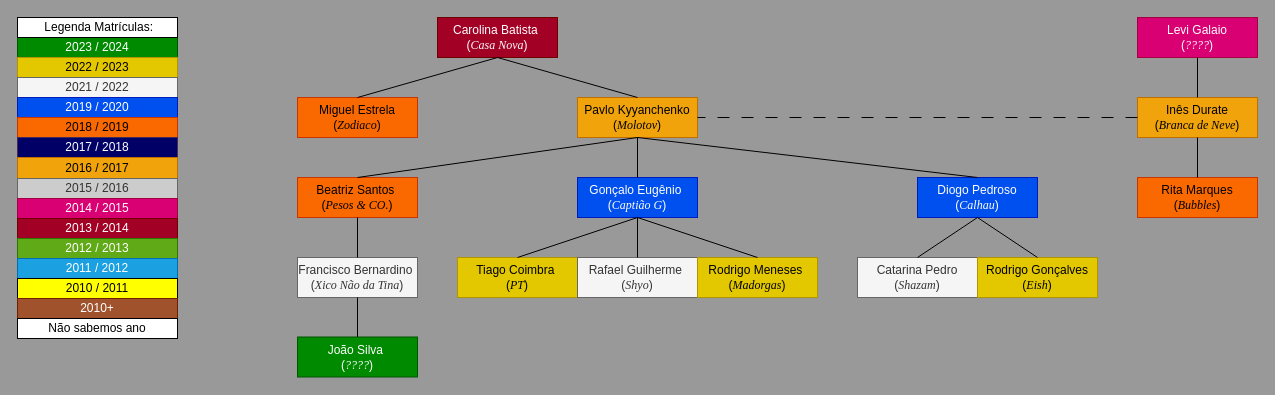
Before: Draw.io/Familia_da_Carolina_Batista.drawio in pdmtmr/PDMTMRTESTLOCATION-AKA-ARBUSTO, a draw.io diagram. Source tidied: cells renumbered, new cells numbered last; positions are measured from the earlier drawing's top-left corner, leaving out a move shared by most shapes. Both pictures are drawn from the tidied source at 100%, with x=0, y=0 at pixel (17, 17).
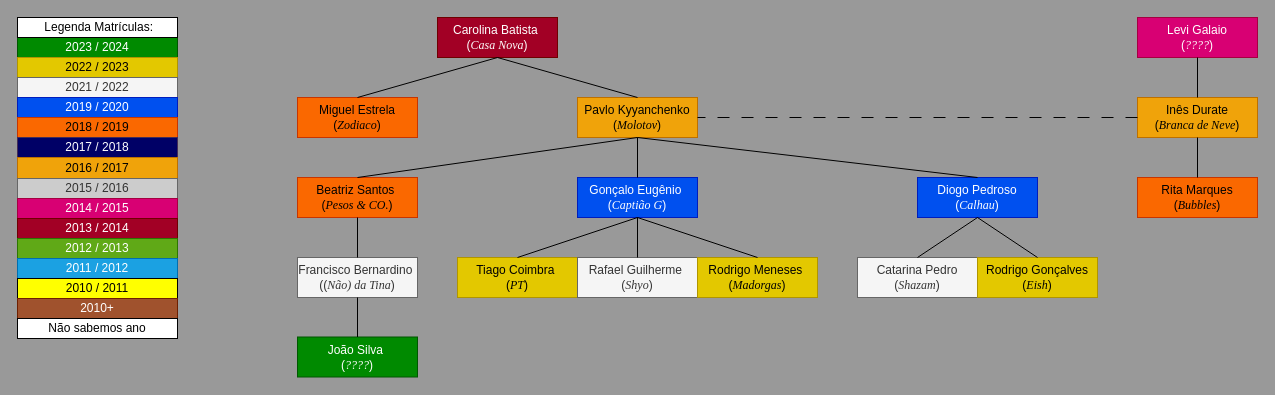
After the change.

Commit message (it also covers changes not shown here):
fix F. Bernardino name

Change to the diagram source:
```diff
@@
-    <mxCell id="21" value="&lt;div&gt;Francisco Bernardino&amp;nbsp;&lt;/div&gt;&lt;div&gt;(&lt;font face=&quot;Times New Roman&quot;&gt;&lt;i&gt;Xico Não da Tina&lt;/i&gt;&lt;/font&gt;)&lt;/div&gt;" style="rounded=0;whiteSpace=wrap;html=1;fillColor=#f5f5f5;fontColor=#333333;strokeColor=#666666;" parent="1" vertex="1">
+    <mxCell id="21" value="&lt;div&gt;Francisco Bernardino&amp;nbsp;&lt;/div&gt;&lt;div&gt;((&lt;font face=&quot;Times New Roman&quot;&gt;&lt;i&gt;Não) da Tina&lt;/i&gt;&lt;/font&gt;)&lt;/div&gt;" style="rounded=0;whiteSpace=wrap;html=1;fillColor=#f5f5f5;fontColor=#333333;strokeColor=#666666;" parent="1" vertex="1">
       <mxGeometry x="280" y="240" width="120" height="40" as="geometry" />
     </mxCell>
```
